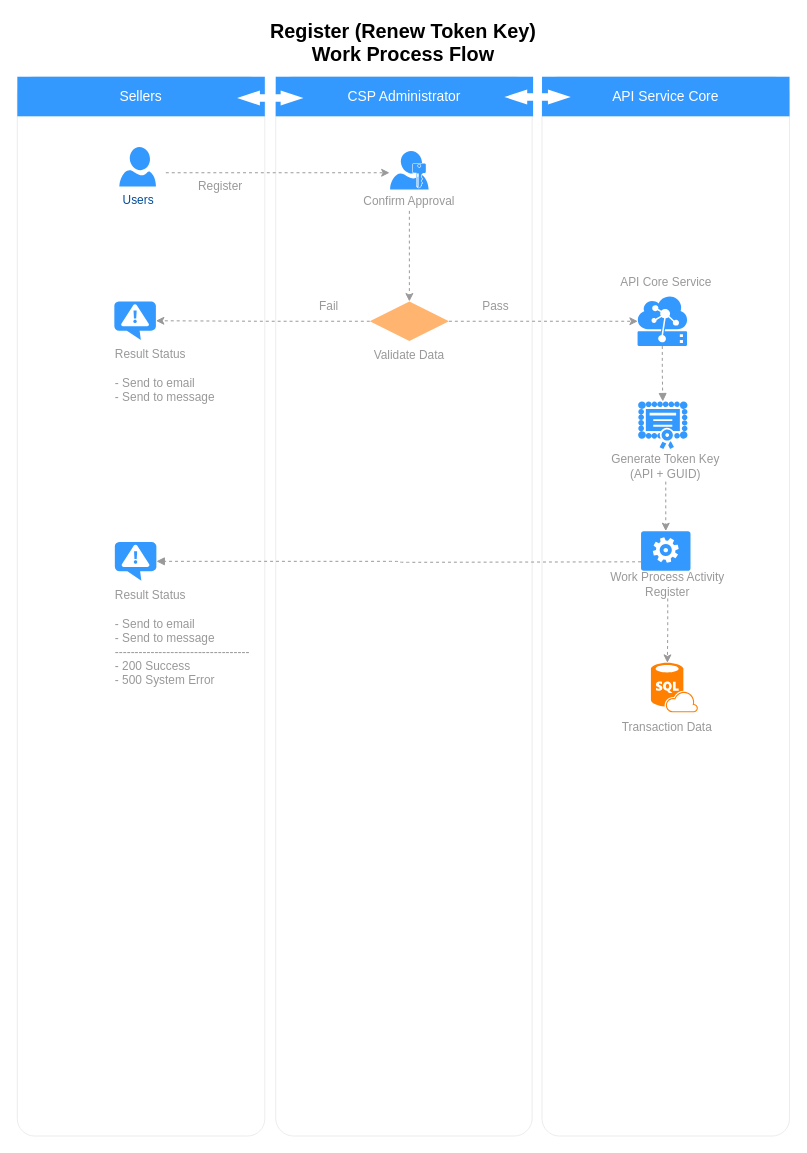
nirawat/eTax keeps this draw.io diagram as Register Renew Token-Key.drawio. Above is the earlier version. Source tidied: cells renumbered, new cells numbered last; positions are measured from the earlier drawing's top-left corner, leaving out a move shared by most shapes. Both pictures are drawn from the tidied source at 99%, with x=0, y=0 at pixel (17, 17).
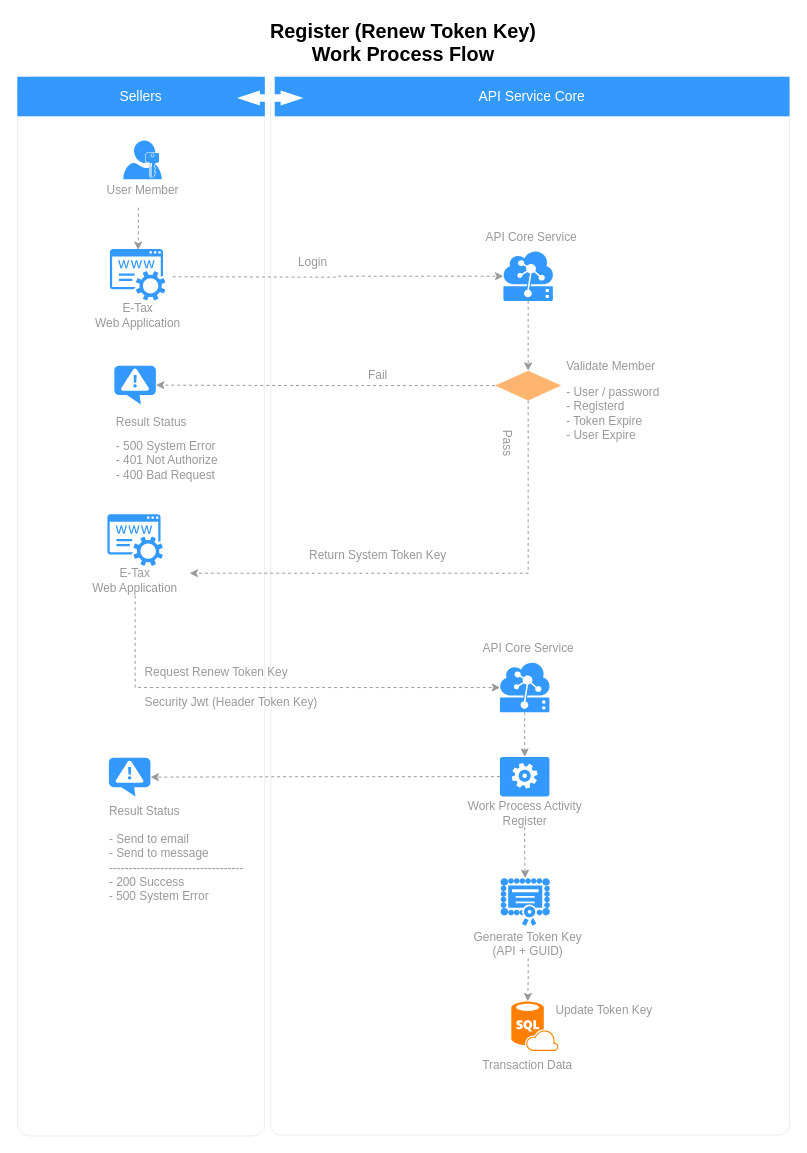
The same page after the edit.

Unchanged cells that the change refers to:
```xml
<mxCell id="17" style="shadow=0;dashed=0;html=1;strokeColor=none;labelPosition=center;verticalLabelPosition=bottom;verticalAlign=top;align=center;shape=mxgraph.mscae.intune.inventory_license;fillColor=#3399FF;fontSize=14;" parent="16" vertex="1">
  <mxGeometry x="29" y="3" width="50" height="48" as="geometry" />
</mxCell>
<mxCell id="18" value="Generate Token Key&lt;br&gt;(API + GUID)&lt;br&gt;" style="text;html=1;strokeColor=none;fillColor=none;align=center;verticalAlign=middle;whiteSpace=wrap;rounded=0;fontSize=12;fontColor=#999999;" parent="16" vertex="1">
  <mxGeometry y="54" width="114" height="30" as="geometry" />
</mxCell>
<mxCell id="32" style="verticalLabelPosition=bottom;html=1;verticalAlign=top;align=center;strokeColor=none;fillColor=#FF8000;shape=mxgraph.azure.sql_database_sql_azure;fontSize=12;fontColor=#999999;" parent="30" vertex="1">
  <mxGeometry x="31" width="47.5" height="50" as="geometry" />
</mxCell>
```

Diff of the diagram source:
```diff
@@
-    <mxCell id="2" style="rounded=1;whiteSpace=wrap;html=1;strokeColor=#E6E6E6;strokeWidth=1;fillColor=#FFFFFF;fontFamily=Helvetica;fontSize=14;fontColor=#FFB366;opacity=75;verticalAlign=top;fontStyle=1;arcSize=7;" parent="1" vertex="1">
-      <mxGeometry x="530" y="60" width="250" height="1070" as="geometry" />
+    <mxCell id="2" style="rounded=1;whiteSpace=wrap;html=1;strokeColor=#E6E6E6;strokeWidth=1;fillColor=#FFFFFF;fontFamily=Helvetica;fontSize=14;fontColor=#FFB366;opacity=75;verticalAlign=top;fontStyle=1;arcSize=2;" parent="1" vertex="1">
+      <mxGeometry x="256" y="59" width="524" height="1070" as="geometry" />
     </mxCell>
-    <mxCell id="3" style="rounded=1;whiteSpace=wrap;html=1;strokeColor=#E6E6E6;strokeWidth=1;fillColor=#FFFFFF;fontFamily=Helvetica;fontSize=14;fontColor=#FFB366;opacity=75;verticalAlign=top;fontStyle=1;arcSize=7;" parent="1" vertex="1">
-      <mxGeometry x="261" y="60" width="259" height="1070" as="geometry" />
-    </mxCell>
-    <mxCell id="4" style="rounded=1;whiteSpace=wrap;html=1;strokeColor=#E6E6E6;strokeWidth=1;fillColor=#FFFFFF;fontFamily=Helvetica;fontSize=14;fontColor=#FFB366;opacity=75;verticalAlign=top;fontStyle=1;arcSize=7;" parent="1" vertex="1">
+    <mxCell id="4" style="rounded=1;whiteSpace=wrap;html=1;strokeColor=#E6E6E6;strokeWidth=1;fillColor=#FFFFFF;fontFamily=Helvetica;fontSize=14;fontColor=#FFB366;opacity=75;verticalAlign=top;fontStyle=1;arcSize=5;" parent="1" vertex="1">
       <mxGeometry y="60" width="250" height="1070" as="geometry" />
     </mxCell>
@@
-    <mxCell id="6" value="CSP Administrator" style="whiteSpace=wrap;html=1;dashed=1;strokeColor=none;strokeWidth=2;fillColor=#3399FF;fontFamily=Helvetica;fontSize=14;fontColor=#FFFFFF;fontStyle=0;" parent="1" vertex="1">
-      <mxGeometry x="261" y="60" width="260" height="40" as="geometry" />
-    </mxCell>
     <mxCell id="7" value="API Service Core" style="whiteSpace=wrap;html=1;dashed=1;strokeColor=none;strokeWidth=2;fillColor=#3399FF;fontFamily=Helvetica;fontSize=14;fontColor=#FFFFFF;fontStyle=0;" parent="1" vertex="1">
-      <mxGeometry x="530" y="60" width="250" height="40" as="geometry" />
+      <mxGeometry x="260" y="60" width="520" height="40" as="geometry" />
     </mxCell>
-    <mxCell id="8" style="shape=mxgraph.arrows.two_way_arrow_horizontal;html=1;verticalLabelPosition=bottom;verticalAlign=top;strokeWidth=2;strokeColor=none;dashed=1;fillColor=#FFFFFF;fontFamily=Verdana;fontSize=12;fontColor=#00BEF2;" parent="1" vertex="1">
-      <mxGeometry x="492" y="73" width="67" height="15" as="geometry" />
-    </mxCell>
-    <mxCell id="9" value="Users" style="verticalLabelPosition=bottom;html=1;verticalAlign=top;strokeColor=none;fillColor=#3399FF;shape=mxgraph.azure.user;dashed=1;fontSize=12;fontColor=#004C99;" parent="1" vertex="1">
-      <mxGeometry x="103" y="131" width="37" height="40" as="geometry" />
-    </mxCell>
@@
-    <mxCell id="12" style="edgeStyle=orthogonalEdgeStyle;rounded=0;orthogonalLoop=1;jettySize=auto;html=1;fontSize=14;strokeColor=#999999;dashed=1;" parent="1" edge="1">
+    <mxCell id="12" style="edgeStyle=orthogonalEdgeStyle;rounded=0;jettySize=auto;html=1;fontSize=14;strokeColor=#999999;dashed=1;" parent="1" edge="1" target="21">
       <mxGeometry relative="1" as="geometry">
-        <mxPoint x="150" y="157" as="sourcePoint" />
-        <mxPoint x="376" y="157" as="targetPoint" />
+        <mxPoint x="157" y="262" as="sourcePoint" />
       </mxGeometry>
     </mxCell>
     <mxCell id="13" style="group;" parent="1" vertex="1">
-      <mxGeometry x="336" y="135" width="120" height="60.5" as="geometry" />
+      <mxGeometry x="66.5" y="124.5" width="120" height="60.5" as="geometry" />
     </mxCell>
@@
-    <mxCell id="15" value="&lt;font color=&quot;#999999&quot; style=&quot;font-size: 12px&quot;&gt;Confirm Approval&lt;/font&gt;" style="text;html=1;strokeColor=none;fillColor=none;align=center;verticalAlign=middle;whiteSpace=wrap;rounded=0;fontSize=12;" parent="13" vertex="1">
+    <mxCell id="15" value="&lt;font color=&quot;#999999&quot; style=&quot;font-size: 12px&quot;&gt;User Member&lt;/font&gt;" style="text;html=1;strokeColor=none;fillColor=none;align=center;verticalAlign=middle;whiteSpace=wrap;rounded=0;fontSize=12;" parent="13" vertex="1">
       <mxGeometry y="40.5" width="120" height="20" as="geometry" />
     </mxCell>
     <mxCell id="16" style="group;" parent="1" vertex="1">
-      <mxGeometry x="598" y="385" width="114" height="81" as="geometry" />
+      <mxGeometry x="459" y="866.5" width="114" height="81" as="geometry" />
     </mxCell>
@@
-    <mxCell id="19" value="Register" style="text;html=1;strokeColor=none;fillColor=none;align=left;verticalAlign=middle;whiteSpace=wrap;rounded=0;fontSize=12;fontColor=#999999;" parent="1" vertex="1">
-      <mxGeometry x="181" y="161" width="59" height="20" as="geometry" />
+    <mxCell id="19" value="Login" style="text;html=1;strokeColor=none;fillColor=none;align=left;verticalAlign=middle;whiteSpace=wrap;rounded=0;fontSize=12;fontColor=#999999;" parent="1" vertex="1">
+      <mxGeometry x="282" y="238" width="59" height="20" as="geometry" />
     </mxCell>
-    <mxCell id="20" style="edgeStyle=orthogonalEdgeStyle;rounded=0;jettySize=auto;html=1;exitX=0.5;exitY=1;exitDx=0;exitDy=0;exitPerimeter=0;entryX=0.5;entryY=0;entryDx=0;entryDy=0;startArrow=none;startFill=0;endArrow=block;endFill=1;strokeColor=#999999;fontSize=12;fontColor=#999999;dashed=1;entryPerimeter=0;" parent="1" edge="1" source="21" target="17">
-      <mxGeometry relative="1" as="geometry" />
-    </mxCell>
+    <mxCell id="44" style="edgeStyle=orthogonalEdgeStyle;rounded=0;jettySize=auto;html=1;exitX=0.5;exitY=1;exitDx=0;exitDy=0;exitPerimeter=0;entryX=0.5;entryY=0;entryDx=0;entryDy=0;dashed=1;strokeColor=#999999;" parent="1" edge="1" source="21" target="36">
+      <mxGeometry relative="1" as="geometry" />
+    </mxCell>
     <mxCell id="21" style="shadow=0;dashed=0;html=1;strokeColor=none;labelPosition=center;verticalLabelPosition=bottom;verticalAlign=top;align=center;shape=mxgraph.mscae.cloud.iot_edge;fillColor=#3399FF;fontSize=12;fontColor=#999999;" parent="1" vertex="1">
-      <mxGeometry x="626.5" y="282" width="50" height="50" as="geometry" />
+      <mxGeometry x="491" y="236.5" width="50" height="50" as="geometry" />
     </mxCell>
     <mxCell id="22" value="API Core Service" style="text;html=1;strokeColor=none;fillColor=none;align=center;verticalAlign=middle;whiteSpace=wrap;rounded=0;fontSize=12;fontColor=#999999;" parent="1" vertex="1">
-      <mxGeometry x="604.5" y="253" width="101" height="29" as="geometry" />
+      <mxGeometry x="469" y="207.5" width="101" height="29" as="geometry" />
     </mxCell>
-    <mxCell id="23" style="edgeStyle=orthogonalEdgeStyle;rounded=0;jettySize=auto;html=1;exitX=0.5;exitY=1;exitDx=0;exitDy=0;entryX=0.5;entryY=0;entryDx=0;entryDy=0;entryPerimeter=0;dashed=1;strokeColor=#999999;" parent="1" edge="1" source="18" target="25">
-      <mxGeometry relative="1" as="geometry" />
-    </mxCell>
-    <mxCell id="24" style="group;" parent="1" vertex="1">
-      <mxGeometry x="617" y="519" width="120" height="68" as="geometry" />
-    </mxCell>
-    <mxCell id="25" style="verticalLabelPosition=bottom;html=1;verticalAlign=top;align=center;strokeColor=none;fillColor=#3399FF;shape=mxgraph.azure.worker_role;fontSize=12;fontColor=#999999;" parent="24" vertex="1">
-      <mxGeometry x="13" width="50" height="40" as="geometry" />
-    </mxCell>
-    <mxCell id="26" value="Work Process Activity&lt;br&gt;Register" style="text;html=1;strokeColor=none;fillColor=none;align=center;verticalAlign=middle;whiteSpace=wrap;rounded=0;fontSize=12;fontColor=#999999;" parent="24" vertex="1">
-      <mxGeometry x="-40" y="39" width="160" height="29" as="geometry" />
-    </mxCell>
     <mxCell id="27" style="verticalLabelPosition=bottom;html=1;verticalAlign=top;align=center;strokeColor=none;fillColor=#3399FF;shape=mxgraph.azure.notification_topic;fontSize=12;fontColor=#999999;" parent="1" vertex="1">
-      <mxGeometry x="98.5" y="530" width="42" height="39" as="geometry" />
+      <mxGeometry x="92.5" y="748" width="42" height="39" as="geometry" />
     </mxCell>
-    <mxCell id="28" style="edgeStyle=orthogonalEdgeStyle;rounded=1;jettySize=auto;html=1;entryX=1;entryY=0.5;entryDx=0;entryDy=0;entryPerimeter=0;dashed=1;startArrow=none;startFill=0;endArrow=block;endFill=1;strokeColor=#999999;fontSize=12;fontColor=#999999;" parent="1" edge="1" target="27">
-      <mxGeometry relative="1" as="geometry">
-        <mxPoint x="630" y="550" as="sourcePoint" />
-      </mxGeometry>
-    </mxCell>
     <mxCell id="29" style="group;" parent="1" vertex="1">
-      <mxGeometry x="609" y="652" width="108" height="79" as="geometry" />
+      <mxGeometry x="468" y="994" width="108" height="79" as="geometry" />
     </mxCell>
@@
-    <mxCell id="33" style="edgeStyle=orthogonalEdgeStyle;rounded=0;jettySize=auto;html=1;exitX=0.5;exitY=1;exitDx=0;exitDy=0;entryX=0.35;entryY=0;entryDx=0;entryDy=0;entryPerimeter=0;dashed=1;strokeColor=#999999;" parent="1" edge="1" source="26" target="32">
-      <mxGeometry relative="1" as="geometry" />
-    </mxCell>
-    <mxCell id="34" style="edgeStyle=orthogonalEdgeStyle;rounded=0;jettySize=auto;html=1;exitX=1;exitY=0.5;exitDx=0;exitDy=0;entryX=0.005;entryY=0.5;entryDx=0;entryDy=0;entryPerimeter=0;dashed=1;strokeColor=#999999;" parent="1" edge="1" source="36" target="21">
-      <mxGeometry relative="1" as="geometry" />
-    </mxCell>
@@
+    <mxCell id="45" style="edgeStyle=orthogonalEdgeStyle;rounded=0;jettySize=auto;html=1;exitX=0.5;exitY=1;exitDx=0;exitDy=0;entryX=1;entryY=0.25;entryDx=0;entryDy=0;dashed=1;strokeColor=#999999;" parent="1" edge="1" source="36" target="52">
+      <mxGeometry relative="1" as="geometry" />
+    </mxCell>
     <mxCell id="36" style="rhombus;whiteSpace=wrap;html=1;strokeColor=none;strokeWidth=1;fillColor=#FFB570;fontSize=12;fontColor=#999999;align=left;" parent="1" vertex="1">
-      <mxGeometry x="356" y="287" width="80" height="40" as="geometry" />
+      <mxGeometry x="482.5" y="357" width="67" height="30" as="geometry" />
     </mxCell>
-    <mxCell id="37" style="edgeStyle=orthogonalEdgeStyle;rounded=0;jettySize=auto;html=1;exitX=0.5;exitY=1;exitDx=0;exitDy=0;entryX=0.5;entryY=0;entryDx=0;entryDy=0;dashed=1;strokeColor=#999999;" parent="1" edge="1" source="15" target="36">
-      <mxGeometry relative="1" as="geometry" />
-    </mxCell>
-    <mxCell id="38" value="Validate Data" style="text;html=1;strokeColor=none;fillColor=none;align=center;verticalAlign=middle;whiteSpace=wrap;rounded=0;fontSize=12;fontColor=#999999;" parent="1" vertex="1">
-      <mxGeometry x="341" y="332" width="110" height="20" as="geometry" />
+    <mxCell id="38" value="Validate Member" style="text;html=1;strokeColor=none;fillColor=none;align=left;verticalAlign=middle;whiteSpace=wrap;rounded=0;fontSize=12;fontColor=#999999;" parent="1" vertex="1">
+      <mxGeometry x="553" y="343" width="110" height="20" as="geometry" />
     </mxCell>
     <mxCell id="39" style="verticalLabelPosition=bottom;html=1;verticalAlign=top;align=center;strokeColor=none;fillColor=#3399FF;shape=mxgraph.azure.notification_topic;fontSize=12;fontColor=#999999;" parent="1" vertex="1">
-      <mxGeometry x="98" y="287" width="42" height="39" as="geometry" />
+      <mxGeometry x="98" y="352" width="42" height="39" as="geometry" />
     </mxCell>
-    <mxCell id="40" value="Result Status&lt;br&gt;&lt;br&gt;- Send to email&lt;br&gt;- Send to message&lt;br&gt;" style="text;html=1;strokeColor=none;fillColor=none;align=left;verticalAlign=middle;whiteSpace=wrap;rounded=0;fontSize=12;fontColor=#999999;" parent="1" vertex="1">
-      <mxGeometry x="97" y="332" width="130" height="60" as="geometry" />
+    <mxCell id="40" value="Result Status&lt;br&gt;" style="text;html=1;strokeColor=none;fillColor=none;align=left;verticalAlign=middle;whiteSpace=wrap;rounded=0;fontSize=12;fontColor=#999999;" parent="1" vertex="1">
+      <mxGeometry x="98" y="397" width="130" height="23" as="geometry" />
     </mxCell>
-    <mxCell id="41" value="Pass" style="text;html=1;strokeColor=none;fillColor=none;align=center;verticalAlign=middle;whiteSpace=wrap;rounded=0;fontSize=12;fontColor=#999999;" parent="1" vertex="1">
-      <mxGeometry x="437" y="282" width="93" height="20" as="geometry" />
+    <mxCell id="41" value="&lt;div style=&quot;text-align: left&quot;&gt;&lt;span&gt;Pass&lt;/span&gt;&lt;/div&gt;" style="text;html=1;strokeColor=none;fillColor=none;align=left;verticalAlign=middle;whiteSpace=wrap;rounded=0;fontSize=12;fontColor=#999999;rotation=90;" parent="1" vertex="1">
+      <mxGeometry x="470" y="430" width="50" height="20" as="geometry" />
     </mxCell>
     <mxCell id="42" value="Fail" style="text;html=1;strokeColor=none;fillColor=none;align=center;verticalAlign=middle;whiteSpace=wrap;rounded=0;fontSize=12;fontColor=#999999;" parent="1" vertex="1">
-      <mxGeometry x="260" y="282" width="110" height="20" as="geometry" />
+      <mxGeometry x="260" y="352" width="209" height="20" as="geometry" />
     </mxCell>
     <mxCell id="43" value="Result Status&lt;br&gt;&lt;br&gt;- Send to email&lt;br&gt;- Send to message&lt;br&gt;----------------------------------&lt;br&gt;- 200 Success&lt;br&gt;- 500 System Error&lt;br&gt;" style="text;html=1;strokeColor=none;fillColor=none;align=left;verticalAlign=middle;whiteSpace=wrap;rounded=0;fontSize=12;fontColor=#999999;" parent="1" vertex="1">
-      <mxGeometry x="97" y="572.5" width="143" height="108" as="geometry" />
+      <mxGeometry x="91" y="790.5" width="143" height="108" as="geometry" />
     </mxCell>
+    <mxCell id="46" style="group;" parent="1" vertex="1">
+      <mxGeometry x="66.5" y="264" width="110" height="82" as="geometry" />
+    </mxCell>
+    <mxCell id="47" style="shadow=0;dashed=0;html=1;strokeColor=none;fillColor=#3399FF;labelPosition=center;verticalLabelPosition=bottom;verticalAlign=top;align=center;shape=mxgraph.office.services.registrar_service;" parent="46" vertex="1">
+      <mxGeometry x="27" y="-30" width="56" height="52" as="geometry" />
+    </mxCell>
+    <mxCell id="48" value="E-Tax &lt;br&gt;Web Application" style="text;html=1;strokeColor=none;fillColor=none;align=center;verticalAlign=middle;whiteSpace=wrap;rounded=0;fontSize=12;fontColor=#999999;" parent="46" vertex="1">
+      <mxGeometry y="22" width="110" height="30" as="geometry" />
+    </mxCell>
+    <mxCell id="49" style="edgeStyle=orthogonalEdgeStyle;rounded=0;orthogonalLoop=1;jettySize=auto;html=1;exitX=0.5;exitY=1;exitDx=0;exitDy=0;dashed=1;strokeColor=#999999;" parent="1" edge="1">
+      <mxGeometry relative="1" as="geometry">
+        <mxPoint x="122.3" y="192.3" as="sourcePoint" />
+        <mxPoint x="122" y="235" as="targetPoint" />
+        <Array as="points">
+          <mxPoint x="122" y="215" />
+          <mxPoint x="122" y="215" />
+        </Array>
+      </mxGeometry>
+    </mxCell>
+    <mxCell id="50" style="group;" parent="1" vertex="1">
+      <mxGeometry x="64" y="532" width="110" height="82" as="geometry" />
+    </mxCell>
+    <mxCell id="51" style="shadow=0;dashed=0;html=1;strokeColor=none;fillColor=#3399FF;labelPosition=center;verticalLabelPosition=bottom;verticalAlign=top;align=center;shape=mxgraph.office.services.registrar_service;" parent="50" vertex="1">
+      <mxGeometry x="27" y="-30" width="56" height="52" as="geometry" />
+    </mxCell>
+    <mxCell id="52" value="E-Tax &lt;br&gt;Web Application" style="text;html=1;strokeColor=none;fillColor=none;align=center;verticalAlign=middle;whiteSpace=wrap;rounded=0;fontSize=12;fontColor=#999999;" parent="50" vertex="1">
+      <mxGeometry y="22" width="110" height="30" as="geometry" />
+    </mxCell>
+    <mxCell id="53" value="Return System Token Key" style="text;html=1;strokeColor=none;fillColor=none;align=center;verticalAlign=middle;whiteSpace=wrap;rounded=0;fontSize=12;fontColor=#999999;" parent="1" vertex="1">
+      <mxGeometry x="260" y="534" width="209" height="20" as="geometry" />
+    </mxCell>
+    <mxCell id="54" value="- User / password&lt;br&gt;- Registerd&lt;br&gt;- Token Expire&lt;br&gt;- User Expire&lt;br&gt;" style="text;html=1;strokeColor=none;fillColor=none;align=left;verticalAlign=middle;whiteSpace=wrap;rounded=0;fontSize=12;fontColor=#999999;" parent="1" vertex="1">
+      <mxGeometry x="553" y="367" width="110" height="66" as="geometry" />
+    </mxCell>
+    <mxCell id="55" style="edgeStyle=orthogonalEdgeStyle;rounded=0;jettySize=auto;html=1;exitX=0.5;exitY=1;exitDx=0;exitDy=0;exitPerimeter=0;entryX=0.5;entryY=0;entryDx=0;entryDy=0;entryPerimeter=0;dashed=1;strokeColor=#999999;" parent="1" edge="1" source="56" target="25">
+      <mxGeometry relative="1" as="geometry" />
+    </mxCell>
+    <mxCell id="56" style="shadow=0;dashed=0;html=1;strokeColor=none;labelPosition=center;verticalLabelPosition=bottom;verticalAlign=top;align=center;shape=mxgraph.mscae.cloud.iot_edge;fillColor=#3399FF;fontSize=12;fontColor=#999999;" parent="1" vertex="1">
+      <mxGeometry x="487.5" y="652" width="50" height="50" as="geometry" />
+    </mxCell>
+    <mxCell id="57" value="API Core Service" style="text;html=1;strokeColor=none;fillColor=none;align=center;verticalAlign=middle;whiteSpace=wrap;rounded=0;fontSize=12;fontColor=#999999;" parent="1" vertex="1">
+      <mxGeometry x="465.5" y="623" width="101" height="29" as="geometry" />
+    </mxCell>
+    <mxCell id="58" style="edgeStyle=orthogonalEdgeStyle;rounded=0;jettySize=auto;html=1;exitX=0.5;exitY=1;exitDx=0;exitDy=0;entryX=0.005;entryY=0.5;entryDx=0;entryDy=0;entryPerimeter=0;dashed=1;strokeColor=#999999;" parent="1" edge="1" source="52" target="56">
+      <mxGeometry relative="1" as="geometry" />
+    </mxCell>
+    <mxCell id="59" value="Request Renew Token Key" style="text;html=1;strokeColor=none;fillColor=none;align=left;verticalAlign=middle;whiteSpace=wrap;rounded=0;fontSize=12;fontColor=#999999;" parent="1" vertex="1">
+      <mxGeometry x="127" y="652" width="166" height="20" as="geometry" />
+    </mxCell>
+    <mxCell id="60" style="edgeStyle=orthogonalEdgeStyle;rounded=0;jettySize=auto;html=1;exitX=0;exitY=0.5;exitDx=0;exitDy=0;exitPerimeter=0;entryX=1;entryY=0.5;entryDx=0;entryDy=0;entryPerimeter=0;dashed=1;strokeColor=#999999;" parent="1" edge="1" source="25" target="27">
+      <mxGeometry relative="1" as="geometry" />
+    </mxCell>
+    <mxCell id="25" style="verticalLabelPosition=bottom;html=1;verticalAlign=top;align=center;strokeColor=none;fillColor=#3399FF;shape=mxgraph.azure.worker_role;fontSize=12;fontColor=#999999;" parent="1" vertex="1">
+      <mxGeometry x="487.5" y="747" width="50" height="40" as="geometry" />
+    </mxCell>
+    <mxCell id="61" style="edgeStyle=orthogonalEdgeStyle;rounded=0;jettySize=auto;html=1;exitX=0.5;exitY=1;exitDx=0;exitDy=0;entryX=0.5;entryY=0;entryDx=0;entryDy=0;entryPerimeter=0;dashed=1;strokeColor=#999999;" parent="1" edge="1" source="26" target="17">
+      <mxGeometry relative="1" as="geometry" />
+    </mxCell>
+    <mxCell id="26" value="Work Process Activity&lt;br&gt;Register" style="text;html=1;strokeColor=none;fillColor=none;align=center;verticalAlign=middle;whiteSpace=wrap;rounded=0;fontSize=12;fontColor=#999999;" parent="1" vertex="1">
+      <mxGeometry x="432.5" y="789" width="160" height="29" as="geometry" />
+    </mxCell>
+    <mxCell id="62" style="edgeStyle=orthogonalEdgeStyle;rounded=0;jettySize=auto;html=1;exitX=0.5;exitY=1;exitDx=0;exitDy=0;entryX=0.35;entryY=0;entryDx=0;entryDy=0;entryPerimeter=0;dashed=1;strokeColor=#999999;" parent="1" edge="1" source="18" target="32">
+      <mxGeometry relative="1" as="geometry" />
+    </mxCell>
+    <mxCell id="63" value="Update Token Key&lt;br&gt;" style="text;html=1;strokeColor=none;fillColor=none;align=left;verticalAlign=middle;whiteSpace=wrap;rounded=0;fontSize=12;fontColor=#999999;" parent="1" vertex="1">
+      <mxGeometry x="542" y="990" width="143" height="25" as="geometry" />
+    </mxCell>
+    <mxCell id="64" value="- 500 System Error&lt;br&gt;- 401 Not Authorize&lt;br&gt;- 400 Bad Request&lt;br&gt;" style="text;html=1;strokeColor=none;fillColor=none;align=left;verticalAlign=middle;whiteSpace=wrap;rounded=0;fontSize=12;fontColor=#999999;" parent="1" vertex="1">
+      <mxGeometry x="98" y="421" width="115" height="53" as="geometry" />
+    </mxCell>
+    <mxCell id="65" value="Security Jwt (Header Token Key)" style="text;html=1;strokeColor=none;fillColor=none;align=left;verticalAlign=middle;whiteSpace=wrap;rounded=0;fontSize=12;fontColor=#999999;" parent="1" vertex="1">
+      <mxGeometry x="127" y="682" width="215" height="20" as="geometry" />
+    </mxCell>
```
